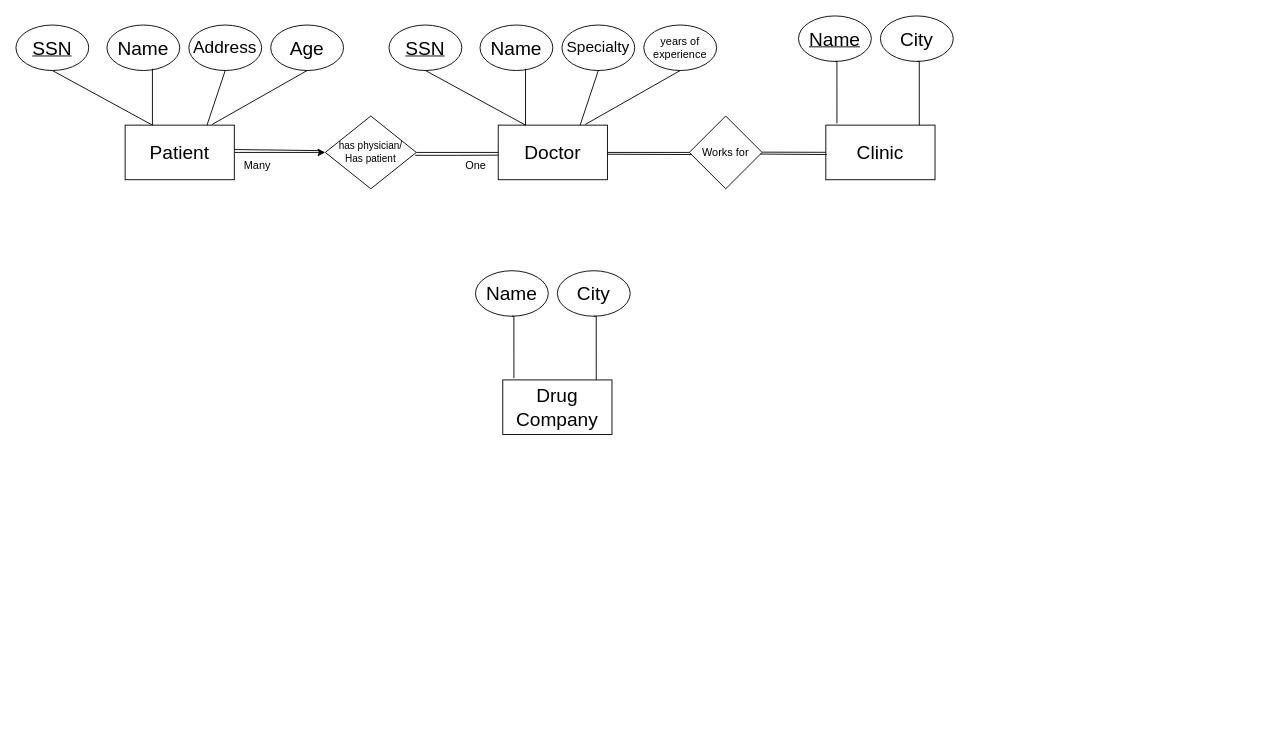
The draw.io diagram page "Page-1" (1 of 3) of HW1Database.drawio in IgorBCode/cv, before the edit. Source tidied: cells renumbered, new cells numbered last; positions are measured from the earlier drawing's top-left corner, leaving out a move shared by most shapes. Both pictures are drawn from the tidied source at 91%, with x=0, y=0 at pixel (15, 15).
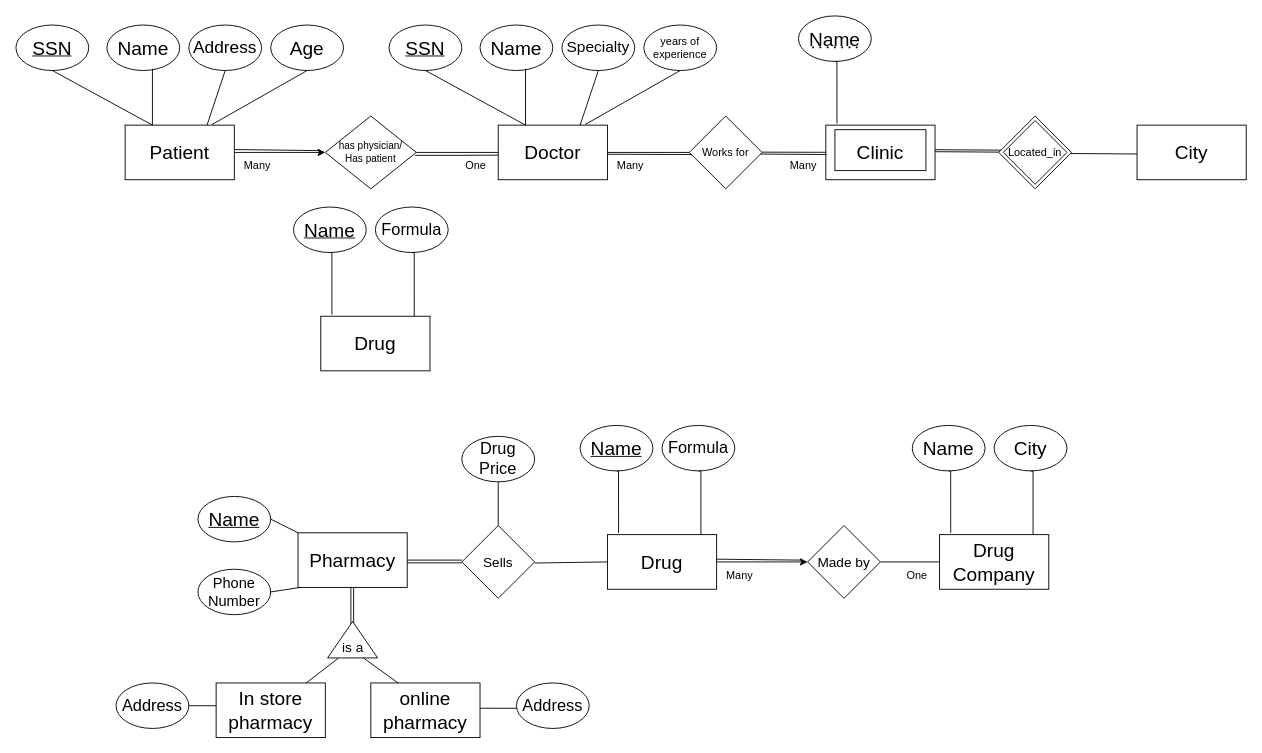
The same diagram, later.

Unchanged cells that the change refers to:
```xml
<mxCell id="21" value="&lt;font style=&quot;font-size: 21px;&quot;&gt;Clinic&lt;/font&gt;" style="rounded=0;whiteSpace=wrap;html=1;" parent="1" vertex="1">
  <mxGeometry x="890" y="120" width="120" height="60" as="geometry" />
</mxCell>
```

What changed in the source:
```diff
@@
-    <mxCell id="22" value="&lt;u&gt;&lt;font style=&quot;font-size: 21px;&quot;&gt;Name&lt;/font&gt;&lt;/u&gt;" style="ellipse;whiteSpace=wrap;html=1;" parent="1" vertex="1">
+    <mxCell id="22" value="&lt;font style=&quot;font-size: 21px;&quot;&gt;Name&lt;/font&gt;" style="ellipse;whiteSpace=wrap;html=1;" parent="1" vertex="1">
       <mxGeometry x="860" width="80" height="50" as="geometry" />
     </mxCell>
@@
-    <mxCell id="24" value="&lt;font style=&quot;font-size: 21px;&quot;&gt;City&lt;/font&gt;" style="ellipse;whiteSpace=wrap;html=1;" parent="1" vertex="1">
-      <mxGeometry x="950" width="80" height="50" as="geometry" />
-    </mxCell>
-    <mxCell id="25" style="edgeStyle=orthogonalEdgeStyle;rounded=0;jettySize=auto;html=1;exitX=0.856;exitY=0.001;exitDx=0;exitDy=0;entryX=0.5;entryY=1;entryDx=0;entryDy=0;strokeColor=default;endArrow=none;endFill=0;exitPerimeter=0;" parent="1" edge="1" source="21" target="24">
-      <mxGeometry relative="1" as="geometry">
-        <Array as="points">
-          <mxPoint x="993" y="50" />
-        </Array>
-      </mxGeometry>
-    </mxCell>
@@
     <mxCell id="28" value="&lt;font style=&quot;font-size: 21px;&quot;&gt;Drug Company&lt;br&gt;&lt;/font&gt;" style="rounded=0;whiteSpace=wrap;html=1;" parent="1" vertex="1">
-      <mxGeometry x="535" y="400" width="120" height="60" as="geometry" />
+      <mxGeometry x="1015" y="570" width="120" height="60" as="geometry" />
     </mxCell>
     <mxCell id="29" value="&lt;font style=&quot;font-size: 21px;&quot;&gt;Name&lt;/font&gt;" style="ellipse;whiteSpace=wrap;html=1;" parent="1" vertex="1">
-      <mxGeometry x="505" y="280" width="80" height="50" as="geometry" />
+      <mxGeometry x="985" y="450" width="80" height="50" as="geometry" />
     </mxCell>
     <mxCell id="30" style="edgeStyle=orthogonalEdgeStyle;rounded=0;jettySize=auto;html=1;exitX=0.102;exitY=-0.031;exitDx=0;exitDy=0;entryX=0.5;entryY=1;entryDx=0;entryDy=0;strokeColor=default;endArrow=none;endFill=0;exitPerimeter=0;" parent="1" edge="1" source="28" target="29">
       <mxGeometry relative="1" as="geometry">
         <Array as="points">
-          <mxPoint x="547" y="330" />
+          <mxPoint x="1027" y="500" />
         </Array>
       </mxGeometry>
     </mxCell>
     <mxCell id="31" value="&lt;font style=&quot;font-size: 21px;&quot;&gt;City&lt;/font&gt;" style="ellipse;whiteSpace=wrap;html=1;" parent="1" vertex="1">
-      <mxGeometry x="595" y="280" width="80" height="50" as="geometry" />
+      <mxGeometry x="1075" y="450" width="80" height="50" as="geometry" />
     </mxCell>
     <mxCell id="32" style="edgeStyle=orthogonalEdgeStyle;rounded=0;jettySize=auto;html=1;exitX=0.856;exitY=0.001;exitDx=0;exitDy=0;entryX=0.5;entryY=1;entryDx=0;entryDy=0;strokeColor=default;endArrow=none;endFill=0;exitPerimeter=0;" parent="1" edge="1" source="28" target="31">
       <mxGeometry relative="1" as="geometry">
         <Array as="points">
-          <mxPoint x="638" y="330" />
+          <mxPoint x="1118" y="500" />
         </Array>
       </mxGeometry>
     </mxCell>
@@
+    <mxCell id="42" value="&lt;font style=&quot;font-size: 21px;&quot;&gt;Drug&lt;br&gt;&lt;/font&gt;" style="rounded=0;whiteSpace=wrap;html=1;" parent="1" vertex="1">
+      <mxGeometry x="650" y="570" width="120" height="60" as="geometry" />
+    </mxCell>
+    <mxCell id="43" value="&lt;u&gt;&lt;font style=&quot;font-size: 21px;&quot;&gt;Name&lt;/font&gt;&lt;/u&gt;" style="ellipse;whiteSpace=wrap;html=1;" parent="1" vertex="1">
+      <mxGeometry x="620" y="450" width="80" height="50" as="geometry" />
+    </mxCell>
+    <mxCell id="44" style="edgeStyle=orthogonalEdgeStyle;rounded=0;jettySize=auto;html=1;exitX=0.102;exitY=-0.031;exitDx=0;exitDy=0;entryX=0.5;entryY=1;entryDx=0;entryDy=0;strokeColor=default;endArrow=none;endFill=0;exitPerimeter=0;" parent="1" edge="1" source="42" target="43">
+      <mxGeometry relative="1" as="geometry">
+        <Array as="points">
+          <mxPoint x="662" y="500" />
+        </Array>
+      </mxGeometry>
+    </mxCell>
+    <mxCell id="45" value="&lt;font style=&quot;font-size: 18px;&quot;&gt;Formula&lt;/font&gt;" style="ellipse;whiteSpace=wrap;html=1;" parent="1" vertex="1">
+      <mxGeometry x="710" y="450" width="80" height="50" as="geometry" />
+    </mxCell>
+    <mxCell id="46" style="edgeStyle=orthogonalEdgeStyle;rounded=0;jettySize=auto;html=1;exitX=0.856;exitY=0.001;exitDx=0;exitDy=0;entryX=0.5;entryY=1;entryDx=0;entryDy=0;strokeColor=default;endArrow=none;endFill=0;exitPerimeter=0;" parent="1" edge="1" source="42" target="45">
+      <mxGeometry relative="1" as="geometry">
+        <Array as="points">
+          <mxPoint x="753" y="500" />
+        </Array>
+      </mxGeometry>
+    </mxCell>
+    <mxCell id="47" value="&lt;font style=&quot;font-size: 15px;&quot;&gt;Made by&lt;/font&gt;" style="rhombus;whiteSpace=wrap;html=1;" parent="1" vertex="1">
+      <mxGeometry x="870" y="560" width="80" height="80" as="geometry" />
+    </mxCell>
+    <mxCell id="48" style="edgeStyle=orthogonalEdgeStyle;rounded=0;orthogonalLoop=1;jettySize=auto;html=1;exitX=1;exitY=0.5;exitDx=0;exitDy=0;entryX=0;entryY=0.5;entryDx=0;entryDy=0;" parent="1" edge="1">
+      <mxGeometry relative="1" as="geometry">
+        <mxPoint x="770" y="600" as="sourcePoint" />
+        <mxPoint x="870" y="600" as="targetPoint" />
+      </mxGeometry>
+    </mxCell>
+    <mxCell id="49" value="Many" style="text;html=1;align=center;verticalAlign=middle;strokeColor=none;fillColor=none;" parent="1" vertex="1">
+      <mxGeometry x="770" y="600" width="50" height="30" as="geometry" />
+    </mxCell>
+    <mxCell id="50" style="endArrow=none;html=1;rounded=0;exitX=0.998;exitY=0.447;exitDx=0;exitDy=0;exitPerimeter=0;" parent="1" edge="1">
+      <mxGeometry relative="1" as="geometry">
+        <mxPoint x="770" y="597" as="sourcePoint" />
+        <mxPoint x="863" y="598" as="targetPoint" />
+      </mxGeometry>
+    </mxCell>
+    <mxCell id="51" style="endArrow=none;html=1;rounded=0;exitX=1;exitY=0.5;exitDx=0;exitDy=0;entryX=0;entryY=0.5;entryDx=0;entryDy=0;" parent="1" edge="1" source="47" target="28">
+      <mxGeometry relative="1" as="geometry" />
+    </mxCell>
+    <mxCell id="52" value="One" style="text;html=1;align=center;verticalAlign=middle;strokeColor=none;fillColor=none;" parent="1" vertex="1">
+      <mxGeometry x="965" y="600" width="50" height="30" as="geometry" />
+    </mxCell>
+    <mxCell id="53" value="&lt;font style=&quot;font-size: 21px;&quot;&gt;In store pharmacy&lt;br&gt;&lt;/font&gt;" style="rounded=0;whiteSpace=wrap;html=1;" parent="1" vertex="1">
+      <mxGeometry x="220" y="733" width="120" height="60" as="geometry" />
+    </mxCell>
+    <mxCell id="54" value="&lt;u&gt;&lt;font style=&quot;font-size: 21px;&quot;&gt;Name&lt;/font&gt;&lt;/u&gt;" style="ellipse;whiteSpace=wrap;html=1;" parent="1" vertex="1">
+      <mxGeometry x="200" y="528" width="80" height="50" as="geometry" />
+    </mxCell>
+    <mxCell id="55" value="&lt;font style=&quot;font-size: 16px;&quot;&gt;Phone Number&lt;font style=&quot;font-size: 16px;&quot;&gt;&lt;br&gt;&lt;/font&gt;&lt;/font&gt;" style="ellipse;whiteSpace=wrap;html=1;" parent="1" vertex="1">
+      <mxGeometry x="200" y="608" width="80" height="50" as="geometry" />
+    </mxCell>
+    <mxCell id="56" value="&lt;font style=&quot;font-size: 21px;&quot;&gt;Pharmacy&lt;/font&gt;" style="rounded=0;whiteSpace=wrap;html=1;" parent="1" vertex="1">
+      <mxGeometry x="310" y="568" width="120" height="60" as="geometry" />
+    </mxCell>
+    <mxCell id="57" style="endArrow=none;html=1;rounded=0;exitX=0;exitY=0;exitDx=0;exitDy=0;entryX=1;entryY=0.5;entryDx=0;entryDy=0;" parent="1" edge="1" source="56" target="54">
+      <mxGeometry relative="1" as="geometry" />
+    </mxCell>
+    <mxCell id="58" style="endArrow=none;html=1;rounded=0;entryX=1;entryY=0.5;entryDx=0;entryDy=0;exitX=0.022;exitY=1;exitDx=0;exitDy=0;exitPerimeter=0;" parent="1" edge="1" source="56" target="55">
+      <mxGeometry relative="1" as="geometry" />
+    </mxCell>
+    <mxCell id="59" style="endArrow=none;html=1;rounded=0;" parent="1" edge="1">
+      <mxGeometry relative="1" as="geometry">
+        <mxPoint x="368.1" y="668" as="sourcePoint" />
+        <mxPoint x="368.1" y="628" as="targetPoint" />
+      </mxGeometry>
+    </mxCell>
+    <mxCell id="60" style="endArrow=none;html=1;rounded=0;" parent="1" edge="1">
+      <mxGeometry relative="1" as="geometry">
+        <mxPoint x="371.1" y="668" as="sourcePoint" />
+        <mxPoint x="371.1" y="628" as="targetPoint" />
+      </mxGeometry>
+    </mxCell>
+    <mxCell id="61" style="triangle;whiteSpace=wrap;html=1;rotation=-90;" parent="1" vertex="1">
+      <mxGeometry x="350" y="658" width="40" height="55" as="geometry" />
+    </mxCell>
+    <mxCell id="62" value="&lt;font style=&quot;font-size: 15px;&quot;&gt;is a&lt;/font&gt;" style="text;html=1;align=center;verticalAlign=middle;points=[];strokeColor=none;fillColor=none;" parent="1" vertex="1">
+      <mxGeometry x="345" y="678" width="50" height="30" as="geometry" />
+    </mxCell>
+    <mxCell id="63" value="&lt;font style=&quot;font-size: 21px;&quot;&gt;online pharmacy&lt;br&gt;&lt;/font&gt;" style="rounded=0;whiteSpace=wrap;html=1;" parent="1" vertex="1">
+      <mxGeometry x="390" y="733" width="120" height="60" as="geometry" />
+    </mxCell>
+    <mxCell id="64" style="endArrow=none;html=1;rounded=0;entryX=0.18;entryY=0.933;entryDx=0;entryDy=0;entryPerimeter=0;" parent="1" edge="1" source="53" target="62">
+      <mxGeometry relative="1" as="geometry" />
+    </mxCell>
+    <mxCell id="65" style="endArrow=none;html=1;rounded=0;exitX=0.25;exitY=0;exitDx=0;exitDy=0;entryX=0.74;entryY=0.92;entryDx=0;entryDy=0;entryPerimeter=0;" parent="1" edge="1" source="63" target="62">
+      <mxGeometry relative="1" as="geometry" />
+    </mxCell>
+    <mxCell id="66" value="&lt;font style=&quot;font-size: 18px;&quot;&gt;Address&lt;/font&gt;" style="ellipse;whiteSpace=wrap;html=1;" parent="1" vertex="1">
+      <mxGeometry x="110" y="733" width="80" height="50" as="geometry" />
+    </mxCell>
+    <mxCell id="67" value="&lt;font style=&quot;font-size: 18px;&quot;&gt;Address&lt;/font&gt;" style="ellipse;whiteSpace=wrap;html=1;" parent="1" vertex="1">
+      <mxGeometry x="550" y="733" width="80" height="50" as="geometry" />
+    </mxCell>
+    <mxCell id="68" style="endArrow=none;html=1;rounded=0;exitX=1;exitY=0.5;exitDx=0;exitDy=0;entryX=0;entryY=0.417;entryDx=0;entryDy=0;entryPerimeter=0;" parent="1" edge="1" source="66" target="53">
+      <mxGeometry relative="1" as="geometry" />
+    </mxCell>
+    <mxCell id="69" style="endArrow=none;html=1;rounded=0;entryX=0.005;entryY=0.556;entryDx=0;entryDy=0;entryPerimeter=0;exitX=1;exitY=0.463;exitDx=0;exitDy=0;exitPerimeter=0;" parent="1" edge="1" source="63" target="67">
+      <mxGeometry relative="1" as="geometry" />
+    </mxCell>
+    <mxCell id="70" value="&lt;font style=&quot;font-size: 15px;&quot;&gt;Sells&lt;/font&gt;" style="rhombus;whiteSpace=wrap;html=1;" parent="1" vertex="1">
+      <mxGeometry x="490" y="560" width="80" height="80" as="geometry" />
+    </mxCell>
+    <mxCell id="71" style="endArrow=none;html=1;rounded=0;" parent="1" edge="1">
+      <mxGeometry relative="1" as="geometry">
+        <mxPoint x="430" y="598" as="sourcePoint" />
+        <mxPoint x="490" y="598" as="targetPoint" />
+      </mxGeometry>
+    </mxCell>
+    <mxCell id="72" style="endArrow=none;html=1;rounded=0;" parent="1" edge="1">
+      <mxGeometry relative="1" as="geometry">
+        <mxPoint x="430" y="601" as="sourcePoint" />
+        <mxPoint x="490" y="601" as="targetPoint" />
+      </mxGeometry>
+    </mxCell>
+    <mxCell id="73" style="endArrow=none;html=1;rounded=0;entryX=0;entryY=0.5;entryDx=0;entryDy=0;" parent="1" edge="1" target="42">
+      <mxGeometry relative="1" as="geometry">
+        <mxPoint x="570" y="601.2" as="sourcePoint" />
+      </mxGeometry>
+    </mxCell>
+    <mxCell id="74" style="endArrow=none;dashed=1;html=1;dashPattern=1 3;strokeWidth=2;rounded=0;" parent="1" edge="1">
+      <mxGeometry relative="1" as="geometry">
+        <mxPoint x="875" y="34.6" as="sourcePoint" />
+        <mxPoint x="925" y="34.6" as="targetPoint" />
+      </mxGeometry>
+    </mxCell>
+    <mxCell id="75" value="&lt;font style=&quot;font-size: 18px;&quot;&gt;Drug Price&lt;br&gt;&lt;/font&gt;" style="ellipse;whiteSpace=wrap;html=1;" parent="1" vertex="1">
+      <mxGeometry x="490" y="462" width="80" height="50" as="geometry" />
+    </mxCell>
+    <mxCell id="76" style="endArrow=none;html=1;rounded=0;exitX=0.5;exitY=0;exitDx=0;exitDy=0;entryX=0.5;entryY=1;entryDx=0;entryDy=0;" parent="1" edge="1" target="75">
+      <mxGeometry relative="1" as="geometry">
+        <mxPoint x="530" y="560" as="sourcePoint" />
+      </mxGeometry>
+    </mxCell>
+    <mxCell id="77" value="Many" style="text;html=1;align=center;verticalAlign=middle;strokeColor=none;fillColor=none;" parent="1" vertex="1">
+      <mxGeometry x="650" y="150" width="50" height="30" as="geometry" />
+    </mxCell>
+    <mxCell id="78" value="Many" style="text;html=1;align=center;verticalAlign=middle;strokeColor=none;fillColor=none;" parent="1" vertex="1">
+      <mxGeometry x="840" y="150" width="50" height="30" as="geometry" />
+    </mxCell>
+    <mxCell id="79" style="endArrow=none;html=1;rounded=0;exitX=0.962;exitY=0.523;exitDx=0;exitDy=0;exitPerimeter=0;" parent="1" edge="1">
+      <mxGeometry relative="1" as="geometry">
+        <mxPoint x="1010" y="149.2" as="sourcePoint" />
+        <mxPoint x="1083" y="149.7" as="targetPoint" />
+      </mxGeometry>
+    </mxCell>
+    <mxCell id="24" value="&lt;font style=&quot;font-size: 21px;&quot;&gt;City&lt;/font&gt;" style="rounded=0;whiteSpace=wrap;html=1;" parent="1" vertex="1">
+      <mxGeometry x="1232" y="120" width="120" height="60" as="geometry" />
+    </mxCell>
+    <mxCell id="80" style="endArrow=none;html=1;rounded=0;exitX=0.962;exitY=0.523;exitDx=0;exitDy=0;exitPerimeter=0;" parent="1" edge="1">
+      <mxGeometry relative="1" as="geometry">
+        <mxPoint x="1010" y="147" as="sourcePoint" />
+        <mxPoint x="1083" y="147.5" as="targetPoint" />
+      </mxGeometry>
+    </mxCell>
+    <mxCell id="81" value="Located_in" style="rhombus;whiteSpace=wrap;html=1;" parent="1" vertex="1">
+      <mxGeometry x="1080" y="110" width="80" height="80" as="geometry" />
+    </mxCell>
+    <mxCell id="82" style="endArrow=none;html=1;rounded=0;exitX=0.962;exitY=0.523;exitDx=0;exitDy=0;exitPerimeter=0;" parent="1" edge="1">
+      <mxGeometry relative="1" as="geometry">
+        <mxPoint x="1159" y="151.2" as="sourcePoint" />
+        <mxPoint x="1232" y="151.7" as="targetPoint" />
+      </mxGeometry>
+    </mxCell>
+    <mxCell id="83" style="rhombus;whiteSpace=wrap;html=1;fillColor=none;" parent="1" vertex="1">
+      <mxGeometry x="1085" y="115" width="70" height="70" as="geometry" />
+    </mxCell>
+    <mxCell id="84" style="rounded=0;whiteSpace=wrap;html=1;fillColor=none;" parent="1" vertex="1">
+      <mxGeometry x="900" y="125" width="100" height="45" as="geometry" />
+    </mxCell>
+    <mxCell id="85" value="&lt;font style=&quot;font-size: 21px;&quot;&gt;Drug&lt;br&gt;&lt;/font&gt;" style="rounded=0;whiteSpace=wrap;html=1;" parent="1" vertex="1">
+      <mxGeometry x="335" y="330" width="120" height="60" as="geometry" />
+    </mxCell>
+    <mxCell id="86" value="&lt;u&gt;&lt;font style=&quot;font-size: 21px;&quot;&gt;Name&lt;/font&gt;&lt;/u&gt;" style="ellipse;whiteSpace=wrap;html=1;" parent="1" vertex="1">
+      <mxGeometry x="305" y="210" width="80" height="50" as="geometry" />
+    </mxCell>
+    <mxCell id="87" style="edgeStyle=orthogonalEdgeStyle;rounded=0;jettySize=auto;html=1;exitX=0.102;exitY=-0.031;exitDx=0;exitDy=0;entryX=0.5;entryY=1;entryDx=0;entryDy=0;strokeColor=default;endArrow=none;endFill=0;exitPerimeter=0;" parent="1" edge="1" source="85" target="86">
+      <mxGeometry relative="1" as="geometry">
+        <Array as="points">
+          <mxPoint x="347" y="260" />
+        </Array>
+      </mxGeometry>
+    </mxCell>
+    <mxCell id="88" value="&lt;font style=&quot;font-size: 18px;&quot;&gt;Formula&lt;/font&gt;" style="ellipse;whiteSpace=wrap;html=1;" parent="1" vertex="1">
+      <mxGeometry x="395" y="210" width="80" height="50" as="geometry" />
+    </mxCell>
+    <mxCell id="89" style="edgeStyle=orthogonalEdgeStyle;rounded=0;jettySize=auto;html=1;exitX=0.856;exitY=0.001;exitDx=0;exitDy=0;entryX=0.5;entryY=1;entryDx=0;entryDy=0;strokeColor=default;endArrow=none;endFill=0;exitPerimeter=0;" parent="1" edge="1" source="85" target="88">
+      <mxGeometry relative="1" as="geometry">
+        <Array as="points">
+          <mxPoint x="438" y="260" />
+        </Array>
+      </mxGeometry>
+    </mxCell>
```
